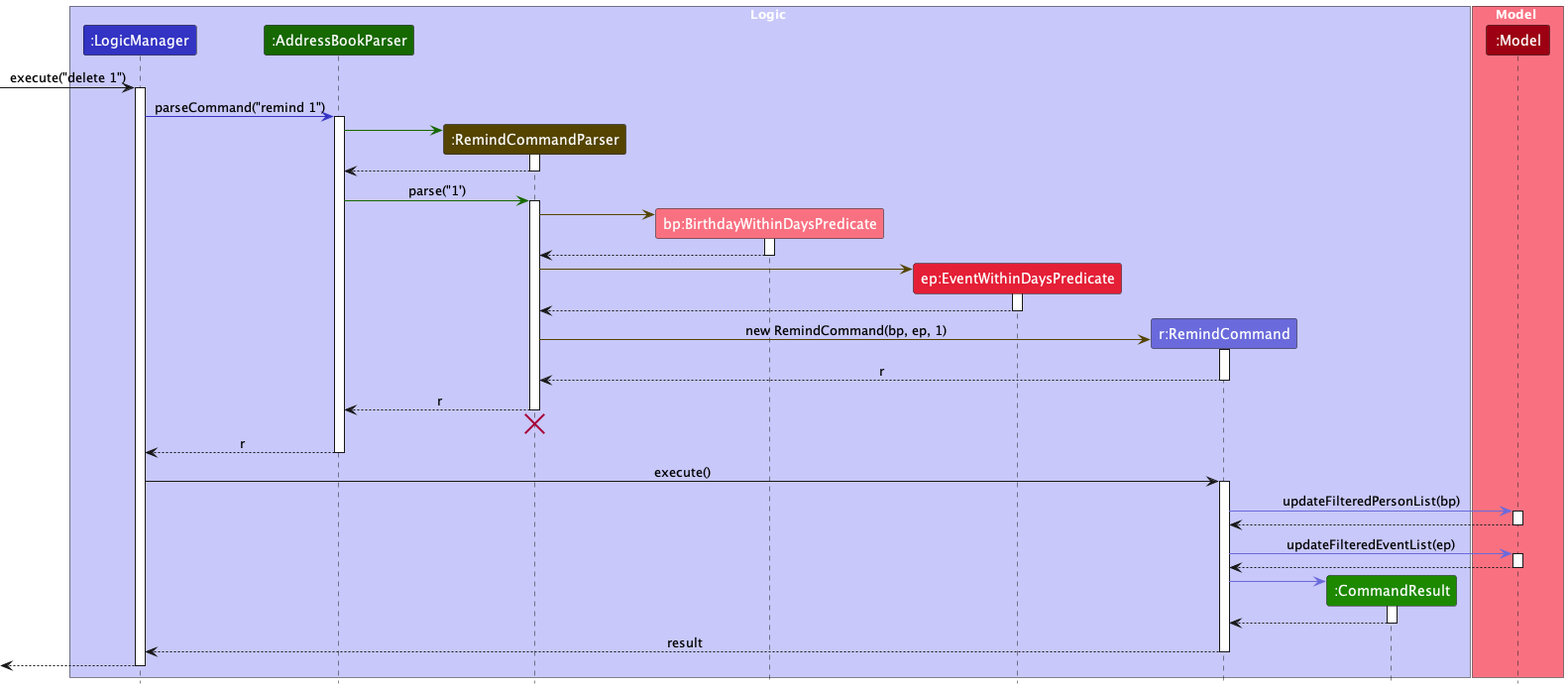
Earlier version of the PlantUML export docs/images/RemindSequenceDiagram.png (nus-cs2103-AY2324S1/tp).
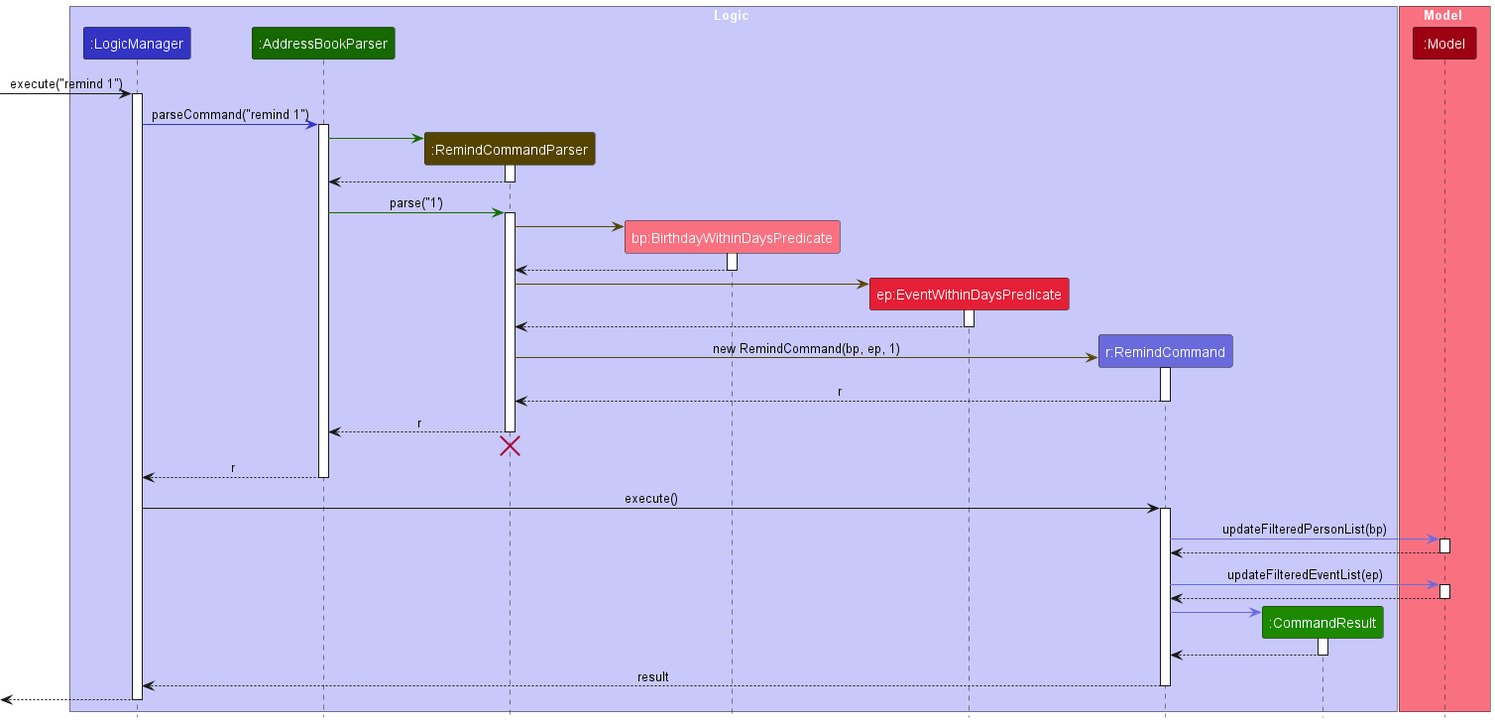
The same file after the commit.

Diff of the diagram source:
```diff
@@ -16,7 +16,7 @@
 participant ":Model" as Model MODEL_COLOR
 end box
 
-[-> Logic : execute("delete 1")
+[-> Logic : execute("remind 1")
 activate Logic
 
 Logic -[LOGIC_COLOR]> AddressBookParser : parseCommand("remind 1")
```
